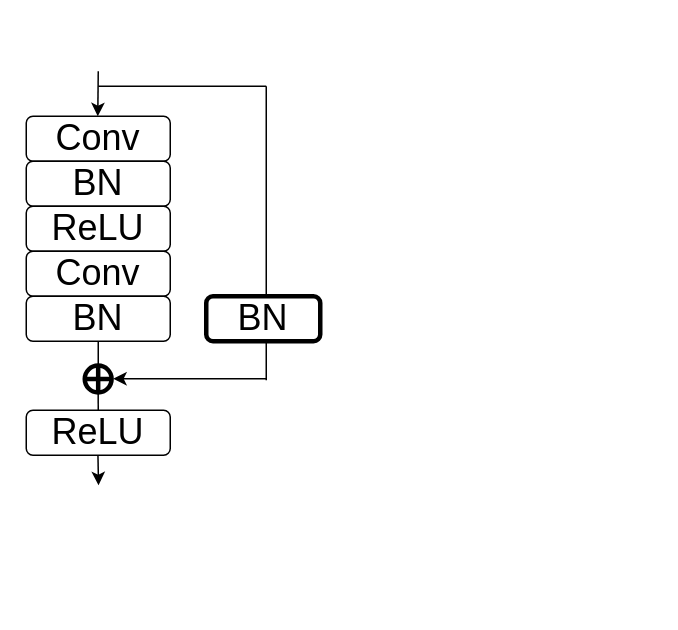
This is page "Quantization-aware Norm" (3 of 3) of quantization/Quantization.drawio from irving-qin/draw.io, a draw.io file, before an edit. Source tidied: cells renumbered, new cells numbered last; positions are measured from the earlier drawing's top-left corner, leaving out a move shared by most shapes. Both pictures are drawn from the tidied source at 150%, with x=0, y=0 at pixel (26, 70).
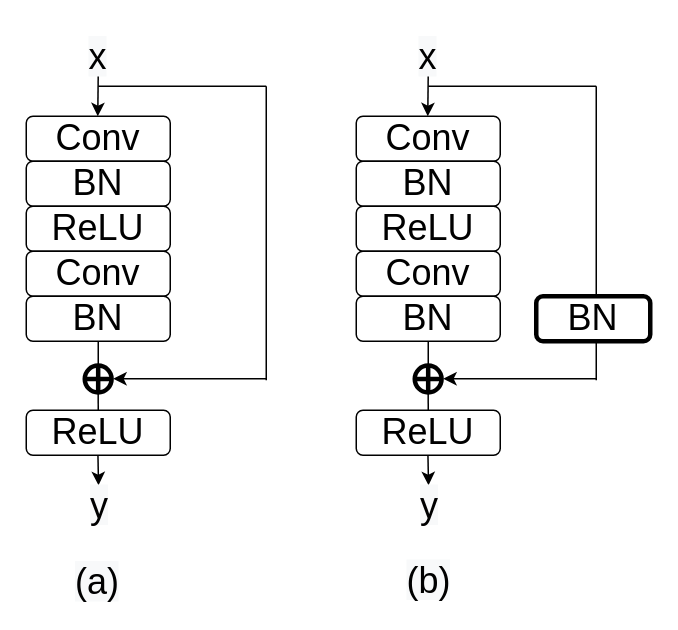
Above is the later version.

Diff of the diagram source:
```diff
@@
-    <mxCell id="13" value="&lt;font style=&quot;font-size: 24px&quot;&gt;BN&lt;/font&gt;" style="rounded=1;whiteSpace=wrap;html=1;glass=0;sketch=0;strokeWidth=3;" parent="1" vertex="1">
-      <mxGeometry x="120" y="150" width="76" height="30" as="geometry" />
-    </mxCell>
@@
+    <mxCell id="17" value="&lt;span style=&quot;color: rgb(0 , 0 , 0) ; font-family: &amp;#34;helvetica&amp;#34; ; font-size: 24px ; font-style: normal ; font-weight: 400 ; letter-spacing: normal ; text-align: center ; text-indent: 0px ; text-transform: none ; word-spacing: 0px ; background-color: rgb(248 , 249 , 250) ; display: inline ; float: none&quot;&gt;x&lt;/span&gt;" style="text;whiteSpace=wrap;html=1;" parent="1" vertex="1">
+      <mxGeometry x="40" y="-30" width="60" height="30" as="geometry" />
+    </mxCell>
+    <mxCell id="18" value="&lt;span style=&quot;color: rgb(0 , 0 , 0) ; font-family: &amp;#34;helvetica&amp;#34; ; font-size: 24px ; font-style: normal ; font-weight: 400 ; letter-spacing: normal ; text-align: center ; text-indent: 0px ; text-transform: none ; word-spacing: 0px ; background-color: rgb(248 , 249 , 250) ; display: inline ; float: none&quot;&gt;y&lt;/span&gt;" style="text;whiteSpace=wrap;html=1;" parent="1" vertex="1">
+      <mxGeometry x="41" y="269" width="60" height="30" as="geometry" />
+    </mxCell>
+    <mxCell id="19" value="&lt;font style=&quot;font-size: 24px&quot;&gt;Conv&lt;/font&gt;" style="rounded=1;whiteSpace=wrap;html=1;" parent="1" vertex="1">
+      <mxGeometry x="220" y="30" width="96" height="30" as="geometry" />
+    </mxCell>
+    <mxCell id="20" value="&lt;font style=&quot;font-size: 24px&quot;&gt;BN&lt;/font&gt;" style="rounded=1;whiteSpace=wrap;html=1;" parent="1" vertex="1">
+      <mxGeometry x="220" y="60" width="96" height="30" as="geometry" />
+    </mxCell>
+    <mxCell id="21" value="&lt;font style=&quot;font-size: 24px&quot;&gt;ReLU&lt;/font&gt;" style="rounded=1;whiteSpace=wrap;html=1;" parent="1" vertex="1">
+      <mxGeometry x="220" y="90" width="96" height="30" as="geometry" />
+    </mxCell>
+    <mxCell id="22" value="&lt;font style=&quot;font-size: 24px&quot;&gt;Conv&lt;/font&gt;" style="rounded=1;whiteSpace=wrap;html=1;" parent="1" vertex="1">
+      <mxGeometry x="220" y="120" width="96" height="30" as="geometry" />
+    </mxCell>
+    <mxCell id="23" value="&lt;font style=&quot;font-size: 24px&quot;&gt;BN&lt;/font&gt;" style="rounded=1;whiteSpace=wrap;html=1;" parent="1" vertex="1">
+      <mxGeometry x="220" y="150" width="96" height="30" as="geometry" />
+    </mxCell>
+    <mxCell id="24" value="&lt;font style=&quot;font-size: 24px&quot;&gt;ReLU&lt;/font&gt;" style="rounded=1;whiteSpace=wrap;html=1;" parent="1" vertex="1">
+      <mxGeometry x="220" y="226" width="96" height="30" as="geometry" />
+    </mxCell>
+    <mxCell id="25" style="endArrow=classic;html=1;strokeWidth=1;entryX=1;entryY=0.5;entryDx=0;entryDy=0;" parent="1" edge="1">
+      <mxGeometry relative="1" as="geometry">
+        <mxPoint x="380" y="205" as="sourcePoint" />
+        <mxPoint x="278" y="205" as="targetPoint" />
+      </mxGeometry>
+    </mxCell>
+    <mxCell id="26" style="endArrow=classic;html=1;strokeWidth=1;entryX=0.5;entryY=0;entryDx=0;entryDy=0;" parent="1" edge="1">
+      <mxGeometry relative="1" as="geometry">
+        <mxPoint x="268" as="sourcePoint" />
+        <mxPoint x="267.7" y="30" as="targetPoint" />
+      </mxGeometry>
+    </mxCell>
+    <mxCell id="27" style="endArrow=none;html=1;strokeWidth=1;" parent="1" edge="1">
+      <mxGeometry relative="1" as="geometry">
+        <mxPoint x="268" y="10" as="sourcePoint" />
+        <mxPoint x="380" y="10" as="targetPoint" />
+      </mxGeometry>
+    </mxCell>
+    <mxCell id="28" style="endArrow=none;html=1;strokeWidth=1;" parent="1" edge="1">
+      <mxGeometry relative="1" as="geometry">
+        <mxPoint x="380" y="206" as="sourcePoint" />
+        <mxPoint x="380" y="10" as="targetPoint" />
+      </mxGeometry>
+    </mxCell>
+    <mxCell id="29" style="endArrow=none;html=1;strokeWidth=1;exitX=0.5;exitY=1;exitDx=0;exitDy=0;entryX=0.5;entryY=0;entryDx=0;entryDy=0;" parent="1" edge="1" source="23">
+      <mxGeometry relative="1" as="geometry">
+        <mxPoint x="268" y="196" as="targetPoint" />
+      </mxGeometry>
+    </mxCell>
+    <mxCell id="13" value="&lt;font style=&quot;font-size: 24px&quot;&gt;BN&lt;/font&gt;" style="rounded=1;whiteSpace=wrap;html=1;glass=0;sketch=0;strokeWidth=3;" parent="1" vertex="1">
+      <mxGeometry x="340" y="150" width="76" height="30" as="geometry" />
+    </mxCell>
+    <mxCell id="30" style="endArrow=classic;html=1;strokeWidth=1;" parent="1" edge="1">
+      <mxGeometry relative="1" as="geometry">
+        <mxPoint x="267.8" y="256" as="sourcePoint" />
+        <mxPoint x="268.2" y="276" as="targetPoint" />
+      </mxGeometry>
+    </mxCell>
+    <mxCell id="31" style="shape=sumEllipse;perimeter=ellipsePerimeter;whiteSpace=wrap;html=1;backgroundOutline=1;glass=0;sketch=0;strokeWidth=3;rotation=45;" parent="1" vertex="1">
+      <mxGeometry x="259" y="196.2" width="17.9" height="17.9" as="geometry" />
+    </mxCell>
+    <mxCell id="32" style="endArrow=none;html=1;strokeWidth=1;exitX=1;exitY=1;exitDx=0;exitDy=0;entryX=0.5;entryY=0;entryDx=0;entryDy=0;" parent="1" edge="1" source="31" target="24">
+      <mxGeometry relative="1" as="geometry" />
+    </mxCell>
+    <mxCell id="33" value="&lt;span style=&quot;color: rgb(0 , 0 , 0) ; font-family: &amp;#34;helvetica&amp;#34; ; font-size: 24px ; font-style: normal ; font-weight: 400 ; letter-spacing: normal ; text-align: center ; text-indent: 0px ; text-transform: none ; word-spacing: 0px ; background-color: rgb(248 , 249 , 250) ; display: inline ; float: none&quot;&gt;x&lt;/span&gt;" style="text;whiteSpace=wrap;html=1;" parent="1" vertex="1">
+      <mxGeometry x="260" y="-30" width="60" height="30" as="geometry" />
+    </mxCell>
+    <mxCell id="34" value="&lt;span style=&quot;color: rgb(0 , 0 , 0) ; font-family: &amp;#34;helvetica&amp;#34; ; font-size: 24px ; font-style: normal ; font-weight: 400 ; letter-spacing: normal ; text-align: center ; text-indent: 0px ; text-transform: none ; word-spacing: 0px ; background-color: rgb(248 , 249 , 250) ; display: inline ; float: none&quot;&gt;y&lt;/span&gt;" style="text;whiteSpace=wrap;html=1;" parent="1" vertex="1">
+      <mxGeometry x="261" y="269" width="60" height="30" as="geometry" />
+    </mxCell>
+    <mxCell id="35" value="&lt;span style=&quot;color: rgb(0 , 0 , 0) ; font-family: &amp;#34;helvetica&amp;#34; ; font-size: 24px ; font-style: normal ; font-weight: 400 ; letter-spacing: normal ; text-align: center ; text-indent: 0px ; text-transform: none ; word-spacing: 0px ; background-color: rgb(248 , 249 , 250) ; display: inline ; float: none&quot;&gt;(a)&lt;/span&gt;" style="text;whiteSpace=wrap;html=1;" parent="1" vertex="1">
+      <mxGeometry x="31" y="320" width="60" height="30" as="geometry" />
+    </mxCell>
+    <mxCell id="36" value="&lt;span style=&quot;color: rgb(0 , 0 , 0) ; font-family: &amp;#34;helvetica&amp;#34; ; font-size: 24px ; font-style: normal ; font-weight: 400 ; letter-spacing: normal ; text-align: center ; text-indent: 0px ; text-transform: none ; word-spacing: 0px ; background-color: rgb(248 , 249 , 250) ; display: inline ; float: none&quot;&gt;(b)&lt;/span&gt;" style="text;whiteSpace=wrap;html=1;" parent="1" vertex="1">
+      <mxGeometry x="252" y="319" width="60" height="30" as="geometry" />
+    </mxCell>
```
